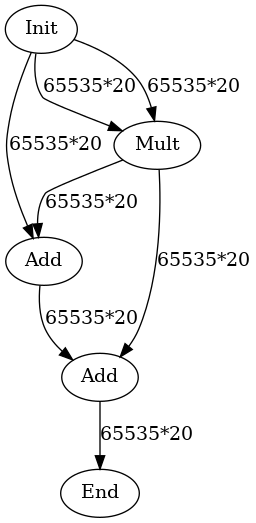
Before: data/graph_poly.dot.png, a diagram exported from Graphviz (hal-lab-u-tokyo/PolyFHE). Its source is kept beside it as data/graph_poly.dot.
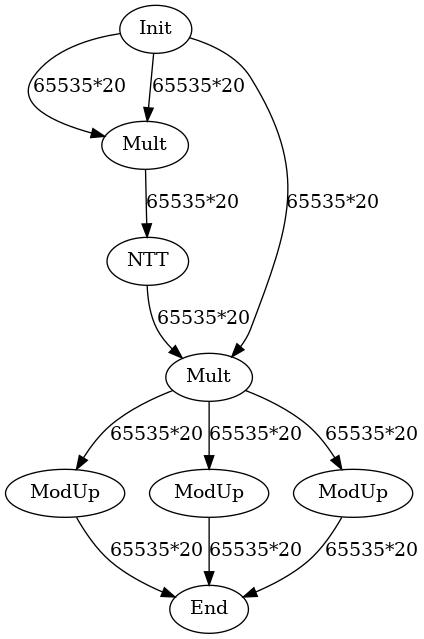
Above is the later version.

Diff of the diagram source:
```diff
@@ -1,14 +1,21 @@
 digraph G {
 Init[label="Init"];
-Add0[label="Add"];
-Add1[label="Add"];
 Mult0[label="Mult"];
+NTT0[label="NTT"];
+Mult1[label="Mult"];
+ModUp0[label="ModUp"];
+ModUp1[label="ModUp"];
+ModUp2[label="ModUp"];
 End[label="End"];
-Init->Mult0[label="65535*20"];
-Init->Mult0[label="65535*20"];
-Init->Add0[label="65535*20"];
-Mult0->Add0[label="65535*20"];
-Mult0->Add1[label="65535*20"];
-Add0->Add1[label="65535*20"];
-Add1->End[label="65535*20"];
+Init -> Mult0[label="65535*20"];
+Init -> Mult0[label="65535*20"];
+Mult0 -> NTT0[label="65535*20"];
+Init -> Mult1[label="65535*20"];
+NTT0 -> Mult1[label="65535*20"];
+Mult1 -> ModUp0[label="65535*20"];
+Mult1 -> ModUp1[label="65535*20"];
+Mult1 -> ModUp2[label="65535*20"];
+ModUp0 -> End[label="65535*20"];
+ModUp1 -> End[label="65535*20"];
+ModUp2 -> End[label="65535*20"];
 }
```
